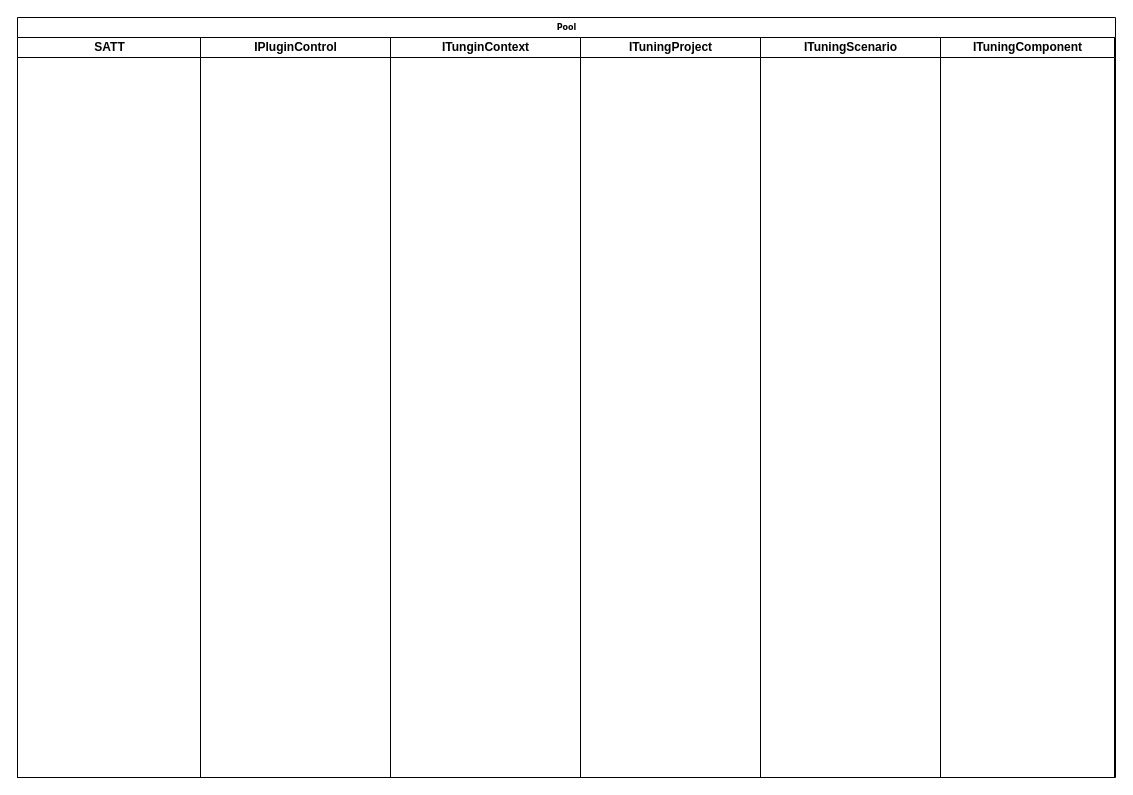
Above: flow.drawio in amw18/ap08 (draw.io), before the change. Source tidied: cells renumbered, new cells numbered last; positions are measured from the earlier drawing's top-left corner, leaving out a move shared by most shapes. Both pictures are drawn from the tidied source at 100%, with x=0, y=0 at pixel (17, 17).
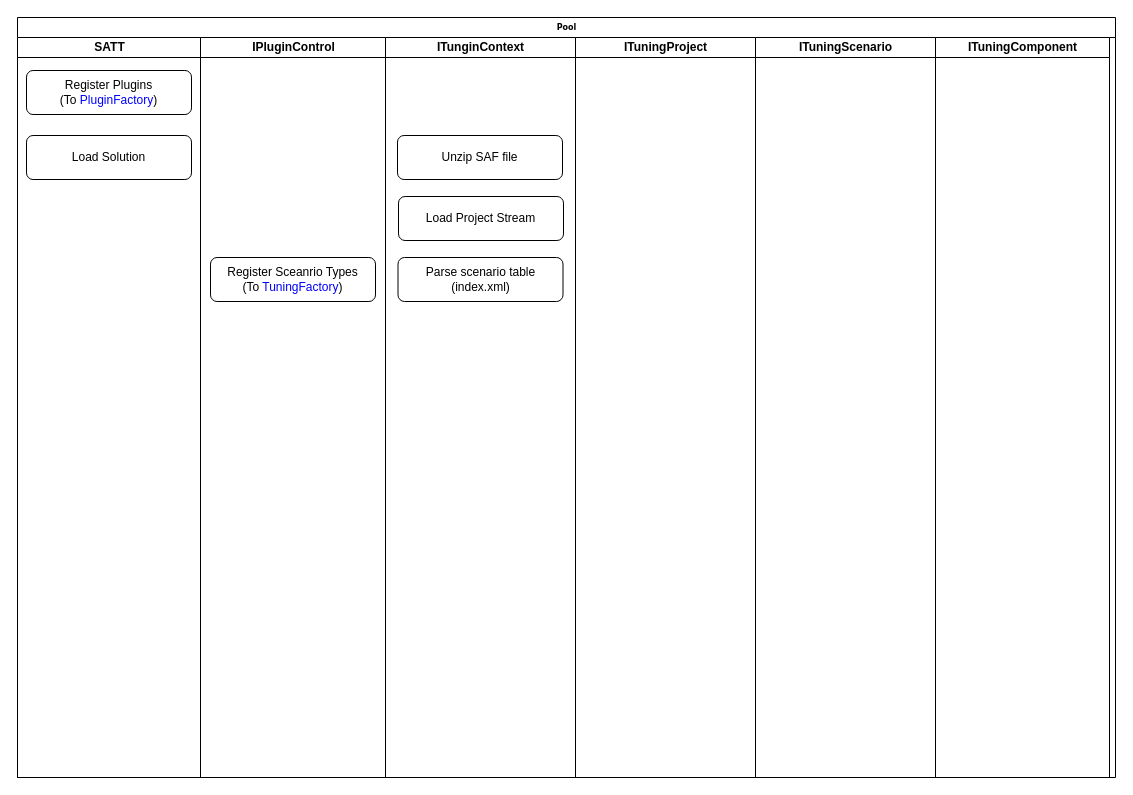
The same diagram, later.

What changed in the source:
```diff
@@
 <mxGraphModel>
   <root>
     <mxCell id="0" />
     <mxCell id="1" parent="0" />
     <mxCell id="2" value="Pool" style="swimlane;html=1;startSize=20;rounded=0;shadow=0;labelBackgroundColor=none;strokeWidth=1;fontFamily=Verdana;fontSize=8;align=center;" parent="1" vertex="1">
       <mxGeometry width="1098" height="760" as="geometry" />
     </mxCell>
     <mxCell id="3" value="SATT" style="swimlane;html=1;startSize=20;" parent="2" vertex="1">
       <mxGeometry y="20" width="183" height="740" as="geometry" />
     </mxCell>
+    <mxCell id="9" value="Register Plugins&lt;br&gt;(To &lt;font color=&quot;#0000ff&quot;&gt;PluginFactory&lt;/font&gt;)" style="rounded=1;whiteSpace=wrap;html=1;" parent="3" vertex="1">
+      <mxGeometry x="9" y="33" width="165" height="44" as="geometry" />
+    </mxCell>
+    <mxCell id="10" value="Load Solution" style="rounded=1;whiteSpace=wrap;html=1;" parent="3" vertex="1">
+      <mxGeometry x="9" y="98" width="165" height="44" as="geometry" />
+    </mxCell>
     <mxCell id="4" value="IPluginControl" style="swimlane;html=1;startSize=20;" parent="2" vertex="1">
-      <mxGeometry x="183" y="20" width="190" height="740" as="geometry" />
+      <mxGeometry x="183" y="20" width="185" height="740" as="geometry" />
     </mxCell>
+    <mxCell id="11" value="Register Sceanrio Types&lt;br&gt;(To &lt;font color=&quot;#0000ff&quot;&gt;TuningFactory&lt;/font&gt;)" style="rounded=1;whiteSpace=wrap;html=1;" parent="4" vertex="1">
+      <mxGeometry x="10" y="220" width="165" height="44" as="geometry" />
+    </mxCell>
     <mxCell id="5" value="ITunginContext" style="swimlane;html=1;startSize=20;" parent="2" vertex="1">
-      <mxGeometry x="373" y="20" width="190" height="740" as="geometry" />
+      <mxGeometry x="368" y="20" width="190" height="740" as="geometry" />
     </mxCell>
+    <mxCell id="12" value="Unzip SAF file" style="rounded=1;whiteSpace=wrap;html=1;" parent="5" vertex="1">
+      <mxGeometry x="12" y="98" width="165" height="44" as="geometry" />
+    </mxCell>
+    <mxCell id="13" value="Load Project Stream" style="rounded=1;whiteSpace=wrap;html=1;" parent="5" vertex="1">
+      <mxGeometry x="13" y="159" width="165" height="44" as="geometry" />
+    </mxCell>
+    <mxCell id="14" value="Parse scenario table&lt;br&gt;(index.xml)" style="rounded=1;whiteSpace=wrap;html=1;" parent="5" vertex="1">
+      <mxGeometry x="12.5" y="220" width="165" height="44" as="geometry" />
+    </mxCell>
     <mxCell id="6" value="ITuningProject" style="swimlane;html=1;startSize=20;" parent="2" vertex="1">
-      <mxGeometry x="563" y="20" width="180" height="740" as="geometry" />
+      <mxGeometry x="558" y="20" width="180" height="740" as="geometry" />
     </mxCell>
     <mxCell id="7" value="ITuningScenario" style="swimlane;html=1;startSize=20;" parent="2" vertex="1">
-      <mxGeometry x="743" y="20" width="180" height="740" as="geometry" />
+      <mxGeometry x="738" y="20" width="180" height="740" as="geometry" />
     </mxCell>
     <mxCell id="8" value="ITuningComponent" style="swimlane;html=1;startSize=20;" parent="2" vertex="1">
-      <mxGeometry x="923" y="20" width="174" height="740" as="geometry" />
+      <mxGeometry x="918" y="20" width="174" height="740" as="geometry" />
     </mxCell>
   </root>
 </mxGraphModel>
```
